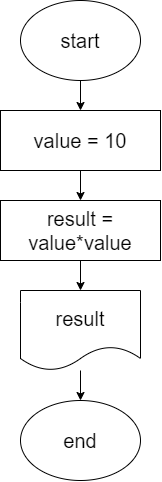
Earlier version of the draw.io export Lesson_01/Ex001/ex001.drawio.png (GeorgeSaltykov/LessonsAndHomework). Source tidied: cells renumbered, new cells last; positions are measured from the earlier drawing's top-left corner, leaving out a move shared by most shapes. Its diagram source:
```xml
<mxGraphModel>
  <root>
    <mxCell id="0" />
    <mxCell id="1" parent="0" />
    <mxCell id="2" style="edgeStyle=none;html=1;entryX=0.5;entryY=0;entryDx=0;entryDy=0;fontSize=20;" parent="1" edge="1" source="3" target="5">
      <mxGeometry relative="1" as="geometry" />
    </mxCell>
    <mxCell id="3" value="&lt;font style=&quot;font-size: 20px&quot;&gt;start&lt;/font&gt;" style="ellipse;whiteSpace=wrap;html=1;" parent="1" vertex="1">
      <mxGeometry x="20" width="120" height="80" as="geometry" />
    </mxCell>
    <mxCell id="4" style="edgeStyle=none;html=1;fontSize=20;" parent="1" edge="1" source="5" target="7">
      <mxGeometry relative="1" as="geometry" />
    </mxCell>
    <mxCell id="5" value="value = 10" style="rounded=0;whiteSpace=wrap;html=1;fontSize=20;" parent="1" vertex="1">
      <mxGeometry y="110" width="160" height="60" as="geometry" />
    </mxCell>
    <mxCell id="6" style="edgeStyle=none;html=1;entryX=0.5;entryY=0;entryDx=0;entryDy=0;fontSize=20;" parent="1" edge="1" source="7" target="9">
      <mxGeometry relative="1" as="geometry" />
    </mxCell>
    <mxCell id="7" value="result = value*value" style="rounded=0;whiteSpace=wrap;html=1;fontSize=20;" parent="1" vertex="1">
      <mxGeometry y="200" width="160" height="60" as="geometry" />
    </mxCell>
    <mxCell id="8" style="edgeStyle=none;html=1;fontSize=20;" parent="1" edge="1" source="9" target="10">
      <mxGeometry relative="1" as="geometry" />
    </mxCell>
    <mxCell id="9" value="result" style="shape=document;whiteSpace=wrap;html=1;boundedLbl=1;fontSize=20;" parent="1" vertex="1">
      <mxGeometry x="20" y="290" width="120" height="80" as="geometry" />
    </mxCell>
    <mxCell id="10" value="end" style="ellipse;whiteSpace=wrap;html=1;fontSize=20;" parent="1" vertex="1">
      <mxGeometry x="20" y="400" width="120" height="80" as="geometry" />
    </mxCell>
  </root>
</mxGraphModel>
```
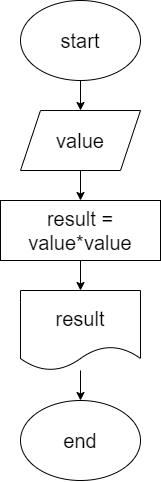
Later version of the same file.

What changed in the source:
```diff
@@ -2,18 +2,19 @@
   <root>
     <mxCell id="0" />
     <mxCell id="1" parent="0" />
-    <mxCell id="2" style="edgeStyle=none;html=1;entryX=0.5;entryY=0;entryDx=0;entryDy=0;fontSize=20;" parent="1" edge="1" source="3" target="5">
-      <mxGeometry relative="1" as="geometry" />
+    <mxCell id="2" style="edgeStyle=none;html=1;entryX=0.5;entryY=0;entryDx=0;entryDy=0;fontSize=20;" parent="1" edge="1" source="3">
+      <mxGeometry relative="1" as="geometry">
+        <mxPoint x="80" y="110" as="targetPoint" />
+      </mxGeometry>
     </mxCell>
     <mxCell id="3" value="&lt;font style=&quot;font-size: 20px&quot;&gt;start&lt;/font&gt;" style="ellipse;whiteSpace=wrap;html=1;" parent="1" vertex="1">
       <mxGeometry x="20" width="120" height="80" as="geometry" />
     </mxCell>
-    <mxCell id="4" style="edgeStyle=none;html=1;fontSize=20;" parent="1" edge="1" source="5" target="7">
-      <mxGeometry relative="1" as="geometry" />
+    <mxCell id="4" style="edgeStyle=none;html=1;fontSize=20;" parent="1" edge="1" target="7">
+      <mxGeometry relative="1" as="geometry">
+        <mxPoint x="80" y="170" as="sourcePoint" />
+      </mxGeometry>
     </mxCell>
-    <mxCell id="5" value="value = 10" style="rounded=0;whiteSpace=wrap;html=1;fontSize=20;" parent="1" vertex="1">
-      <mxGeometry y="110" width="160" height="60" as="geometry" />
-    </mxCell>
     <mxCell id="6" style="edgeStyle=none;html=1;entryX=0.5;entryY=0;entryDx=0;entryDy=0;fontSize=20;" parent="1" edge="1" source="7" target="9">
       <mxGeometry relative="1" as="geometry" />
     </mxCell>
@@ -29,5 +30,8 @@
     <mxCell id="10" value="end" style="ellipse;whiteSpace=wrap;html=1;fontSize=20;" parent="1" vertex="1">
       <mxGeometry x="20" y="400" width="120" height="80" as="geometry" />
     </mxCell>
+    <mxCell id="11" value="value" style="shape=parallelogram;perimeter=parallelogramPerimeter;whiteSpace=wrap;html=1;fixedSize=1;fontSize=20;" parent="1" vertex="1">
+      <mxGeometry x="20" y="110" width="120" height="60" as="geometry" />
+    </mxCell>
   </root>
 </mxGraphModel>
```
